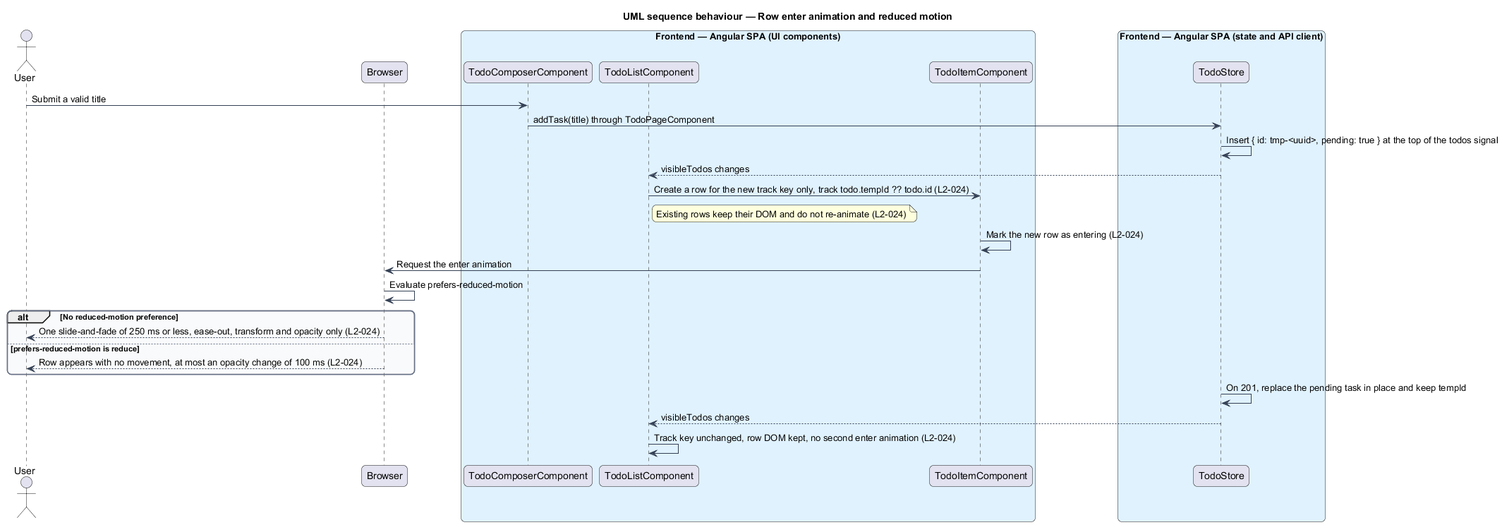
The PlantUML diagram docs/detailed-designs/interface/theme-and-motion/diagrams/sequence-row-enter-motion.png in QuinntyneBrown/php-todo-lab, before a commit.
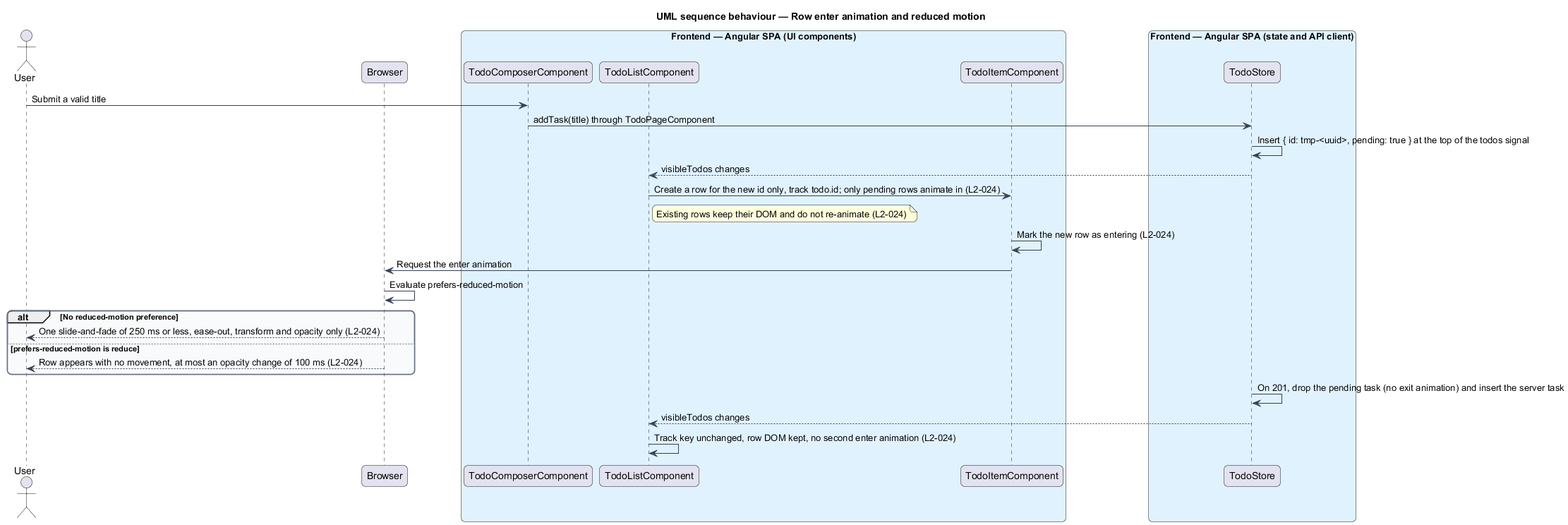
The same file after the commit.

Change to the diagram source:
```diff
@@ -28,7 +28,7 @@
 composer -> store : addTask(title) through TodoPageComponent
 store -> store : Insert { id: tmp-<uuid>, pending: true } at the top of the todos signal
 store --> list : visibleTodos changes
-list -> item : Create a row for the new track key only, track todo.tempId ?? todo.id (L2-024)
+list -> item : Create a row for the new id only, track todo.id; only pending rows animate in (L2-024)
 note right of list
   Existing rows keep their DOM and do not re-animate (L2-024)
 end note
@@ -40,7 +40,7 @@
 else prefers-reduced-motion is reduce
   browser --> user : Row appears with no movement, at most an opacity change of 100 ms (L2-024)
 end
-store -> store : On 201, replace the pending task in place and keep tempId
+store -> store : On 201, drop the pending task (no exit animation) and insert the server task
 store --> list : visibleTodos changes
 list -> list : Track key unchanged, row DOM kept, no second enter animation (L2-024)
 @enduml
```
